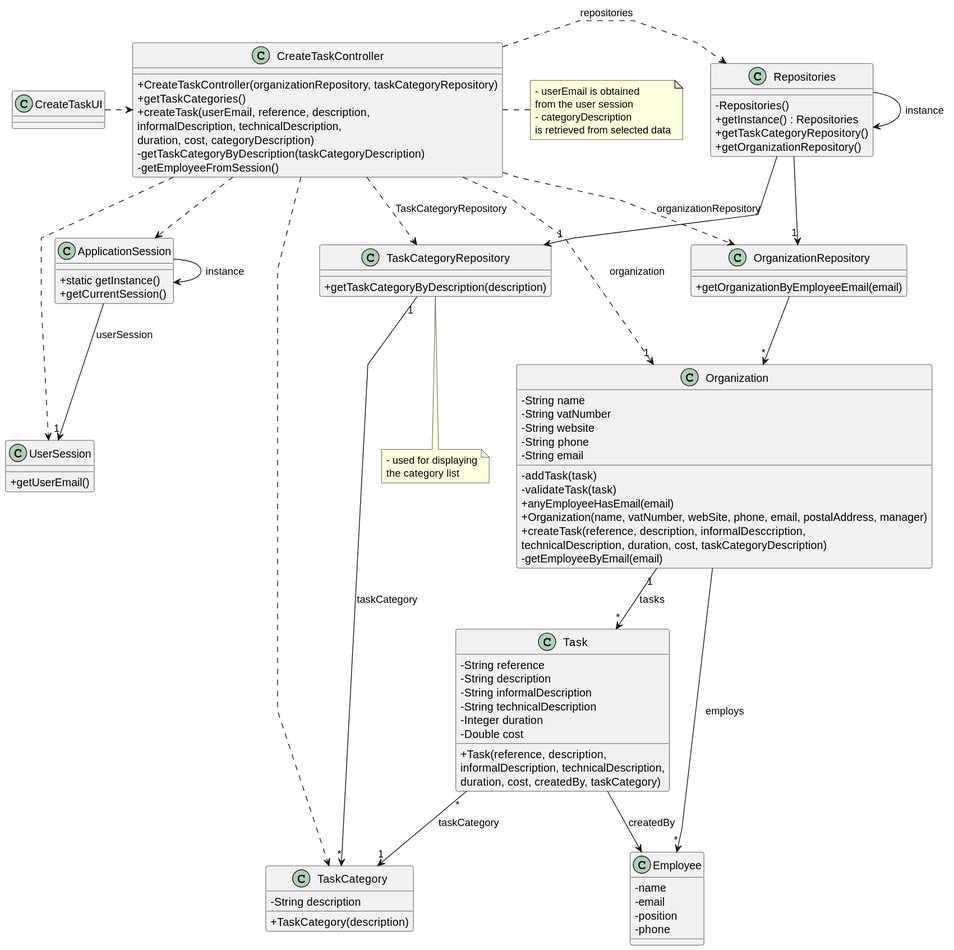
Before: docs/sprintB/us003/03.design/svg/us003-class-diagram.svg, a diagram exported from PlantUML (rita-barbosa/LAPR2-2223).
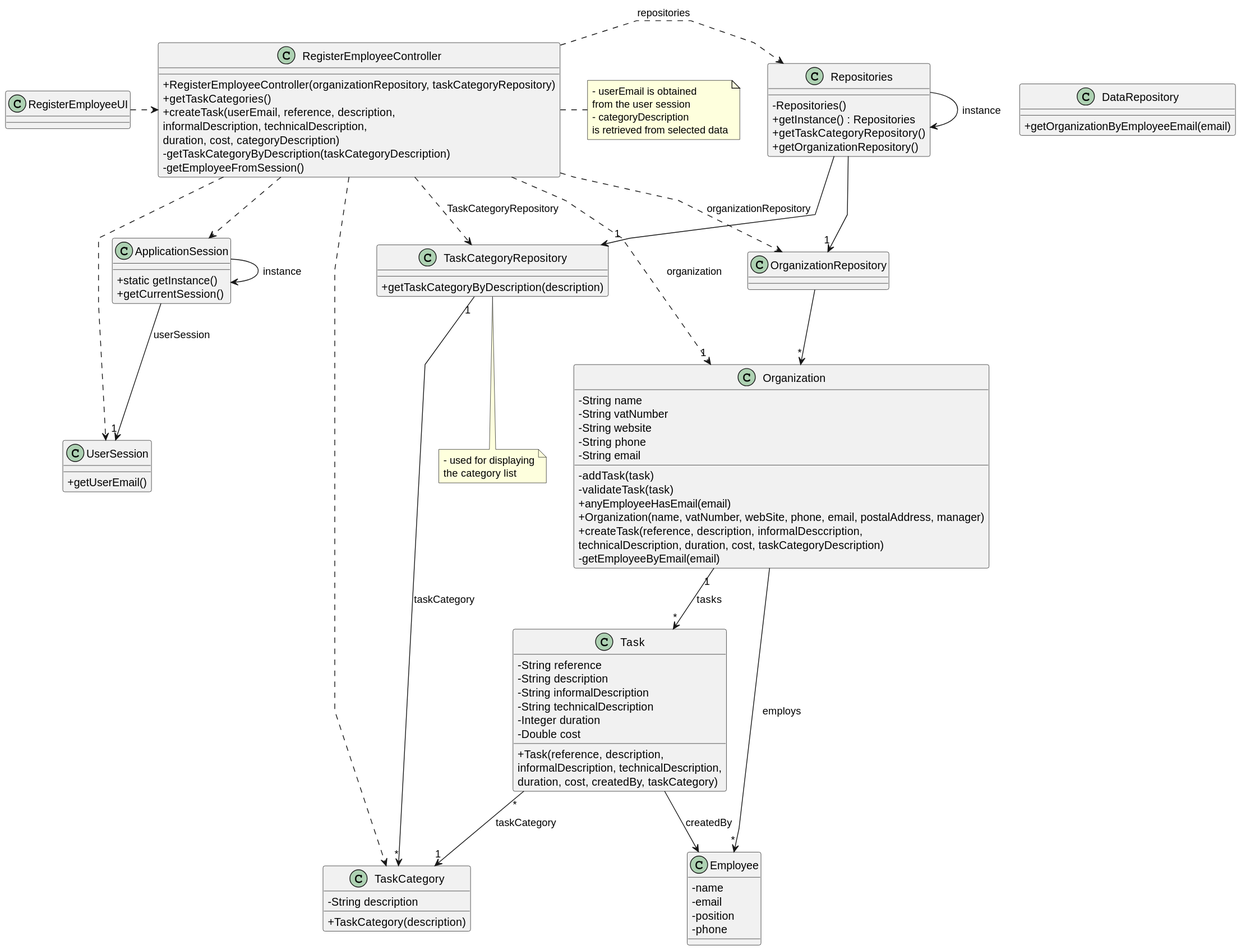
Above is the later version.

What changed in the source:
```diff
@@ -61,7 +61,7 @@
     + getTaskCategoryByDescription(description)
 }
 
-class OrganizationRepository {
+class DataRepository {
     + getOrganizationByEmployeeEmail(email)
 }
 
@@ -72,15 +72,15 @@
     + getOrganizationRepository()
 }
 
-class CreateTaskController {
-    + CreateTaskController(organizationRepository, taskCategoryRepository)
+class RegisterEmployeeController {
+    + RegisterEmployeeController(organizationRepository, taskCategoryRepository)
     + getTaskCategories()
     + createTask(userEmail, reference, description,\ninformalDescription, technicalDescription,\nduration, cost, categoryDescription)
     - getTaskCategoryByDescription(taskCategoryDescription)
     - getEmployeeFromSession()
 }
 
-note right of CreateTaskController
+note right of RegisterEmployeeController
     - userEmail is obtained
     from the user session
     - categoryDescription
@@ -92,30 +92,30 @@
     the category list
 end note
 
-class CreateTaskUI {
+class RegisterEmployeeUI {
 }
 
 Repositories -> Repositories : instance
 ApplicationSession -> ApplicationSession : instance
 
-CreateTaskUI .> CreateTaskController
+RegisterEmployeeUI .> RegisterEmployeeController
 
-CreateTaskController .> Repositories : repositories
+RegisterEmployeeController .> Repositories : repositories
 
 Repositories -> "1" TaskCategoryRepository
 
-CreateTaskController ..> TaskCategory
-CreateTaskController ..> OrganizationRepository : organizationRepository
-CreateTaskController ..> TaskCategoryRepository : TaskCategoryRepository
+RegisterEmployeeController ..> TaskCategory
+RegisterEmployeeController ..> OrganizationRepository : organizationRepository
+RegisterEmployeeController ..> TaskCategoryRepository : TaskCategoryRepository
 
 Repositories --> "1" OrganizationRepository
 
 OrganizationRepository --> "*" Organization
 ApplicationSession --> "1" UserSession : userSession
 
-CreateTaskController ..> "1" Organization : organization
-CreateTaskController ..> ApplicationSession
-CreateTaskController ..> UserSession
+RegisterEmployeeController ..> "1" Organization : organization
+RegisterEmployeeController ..> ApplicationSession
+RegisterEmployeeController ..> UserSession
 Task "*" --> "1" TaskCategory : taskCategory
 TaskCategoryRepository "1" --> "*" TaskCategory : taskCategory
 Organization "1" --> "*" Task : tasks
```
